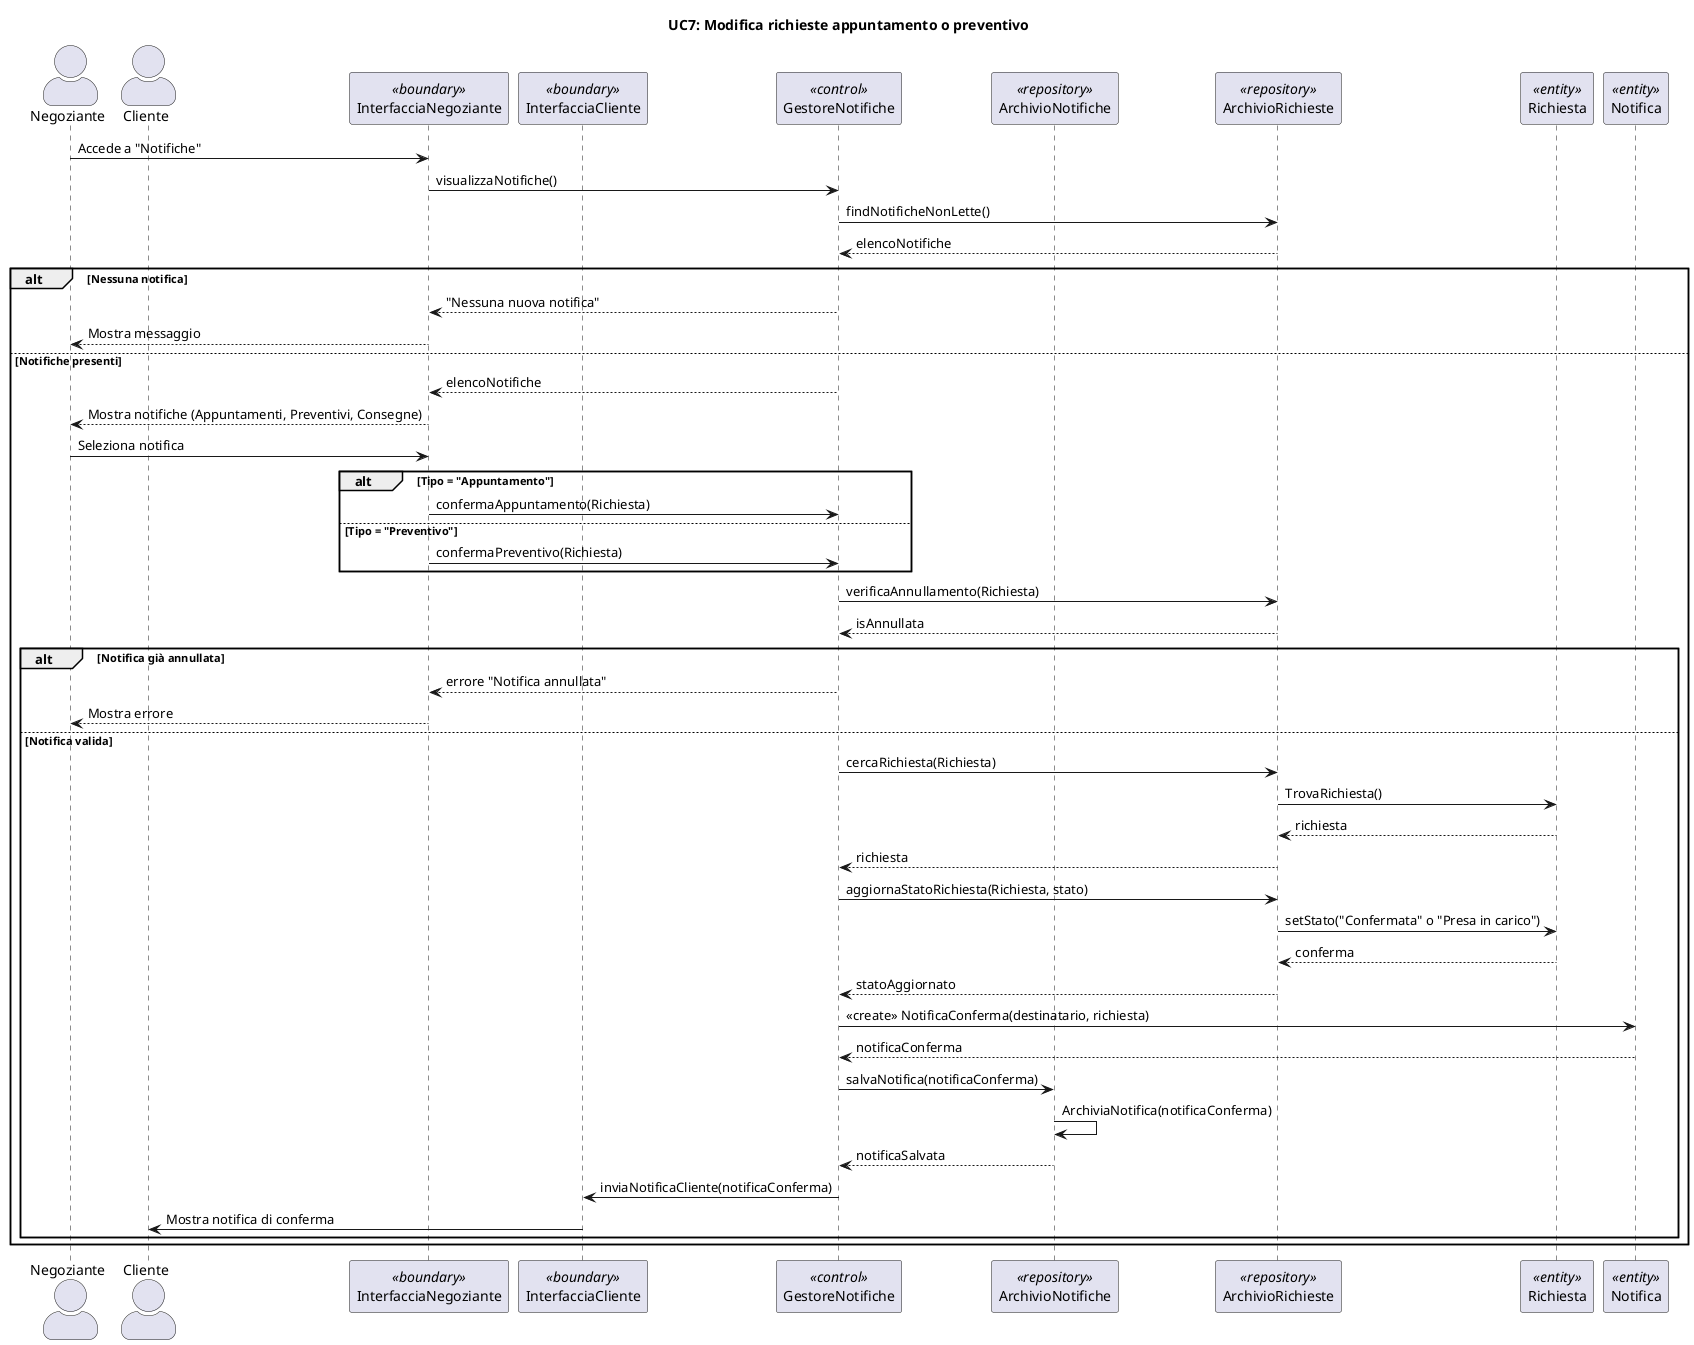
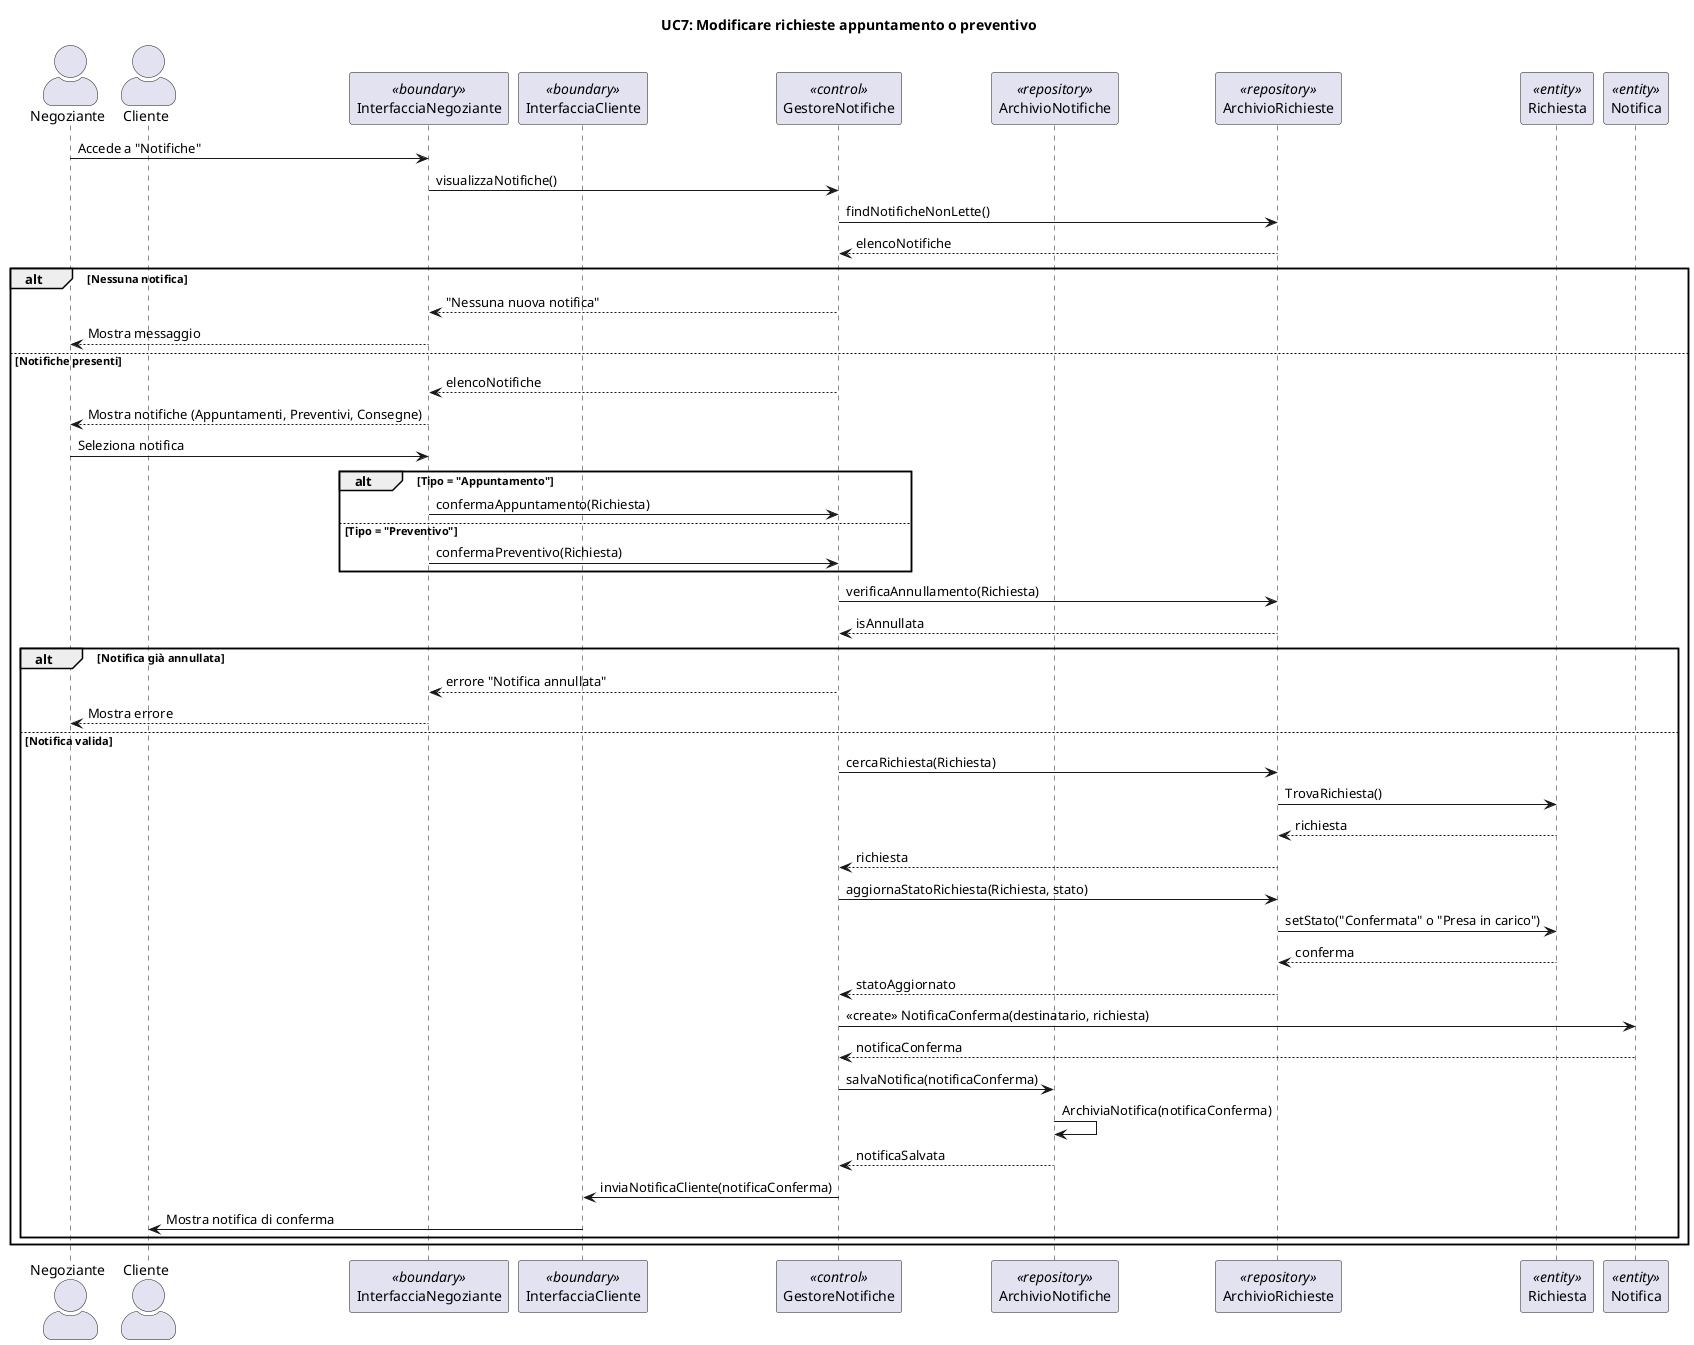
@startuml
- title UC7: Modifica richieste appuntamento o preventivo
+ title UC7: Modificare richieste appuntamento o preventivo
skinparam actorStyle awesome

actor "Negoziante" as N
actor "Cliente" as C
participant "InterfacciaNegoziante" as IN <<boundary>>
participant "InterfacciaCliente" as IC <<boundary>>
participant "GestoreNotifiche" as G <<control>>
participant "ArchivioNotifiche" as AN <<repository>>
participant "ArchivioRichieste" as AR <<repository>>
participant "Richiesta" as R <<entity>>
participant "Notifica" as Notif <<entity>>

N -> IN: Accede a "Notifiche"
IN -> G: visualizzaNotifiche()
G -> AR: findNotificheNonLette()
AR --> G: elencoNotifiche

alt Nessuna notifica
    G --> IN: "Nessuna nuova notifica"
    IN --> N: Mostra messaggio

else Notifiche presenti
    G --> IN: elencoNotifiche
    IN --> N: Mostra notifiche (Appuntamenti, Preventivi, Consegne)
    N -> IN: Seleziona notifica

    alt Tipo = "Appuntamento"
        IN -> G: confermaAppuntamento(Richiesta)

    else Tipo = "Preventivo"
        IN -> G: confermaPreventivo(Richiesta)
    end

    G -> AR: verificaAnnullamento(Richiesta)
    AR --> G: isAnnullata

    alt Notifica già annullata
        G --> IN: errore "Notifica annullata"
        IN --> N: Mostra errore

    else Notifica valida
    G -> AR: cercaRichiesta(Richiesta)
    AR -> R: TrovaRichiesta()
    R --> AR: richiesta
    AR --> G: richiesta

    G -> AR: aggiornaStatoRichiesta(Richiesta, stato)
    AR -> R: setStato("Confermata" o "Presa in carico")
    R --> AR: conferma
    AR --> G: statoAggiornato
    G -> Notif: <<create>> NotificaConferma(destinatario, richiesta)
    Notif --> G: notificaConferma

    G -> AN: salvaNotifica(notificaConferma)
    AN -> AN: ArchiviaNotifica(notificaConferma)
    AN --> G: notificaSalvata

    G -> IC: inviaNotificaCliente(notificaConferma)
    IC -> C: Mostra notifica di conferma
    end
    end
    @enduml